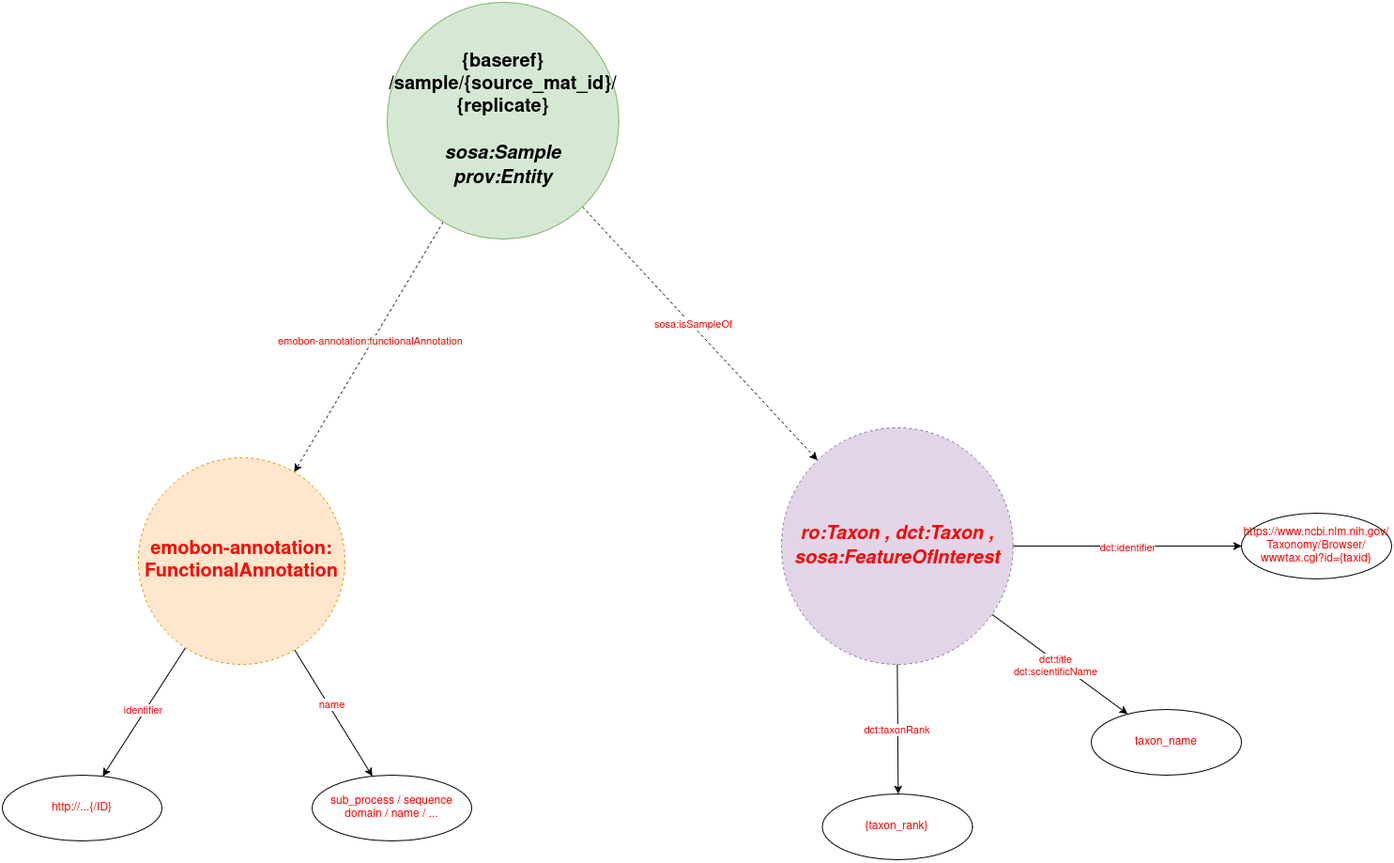
emo-bon/analysis-results-profile keeps this draw.io diagram as templates/docs/emobon_datamodel-analysis-results-model-working-draft.drawio.png. Above is the earlier version. Source tidied: cells renumbered, new cells last; positions are measured from the earlier drawing's top-left corner, leaving out a move shared by most shapes.
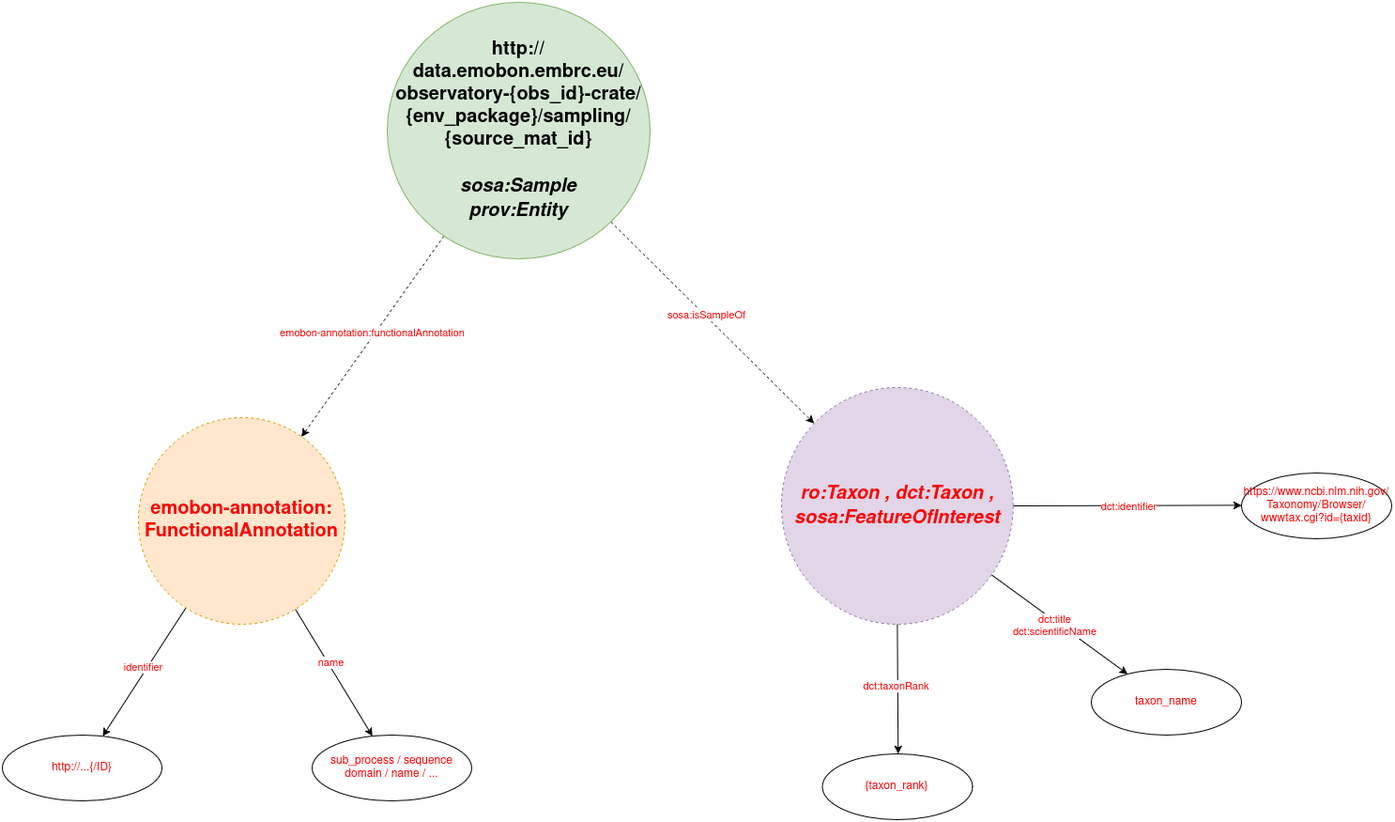
After the commit.

Commit message:
Update URIs to follow those in observatory-profile

Change to the diagram source:
```diff
@@ -54,8 +54,8 @@
     <mxCell id="17" value="&lt;span style=&quot;color: rgb(255, 0, 0);&quot;&gt;emobon-annotation:&lt;br&gt;FunctionalAnnotation&lt;/span&gt;" style="ellipse;whiteSpace=wrap;html=1;fontStyle=1;fontSize=20;dashed=1;fillColor=#ffe6cc;strokeColor=#d79b00;" parent="1" vertex="1">
       <mxGeometry x="145" y="485" width="220" height="220" as="geometry" />
     </mxCell>
-    <mxCell id="18" value="{baseref}&lt;br&gt;/sample/{source_mat_id}/{replicate}&lt;br style=&quot;font-size: 20px;&quot;&gt; &lt;br style=&quot;font-size: 20px;&quot;&gt;&lt;i&gt;sosa:Sample &lt;br style=&quot;font-size: 20px;&quot;&gt;prov:Entity&lt;/i&gt;" style="ellipse;whiteSpace=wrap;html=1;fontStyle=1;fontSize=20;fillColor=#d5e8d4;strokeColor=#82b366;" parent="1" vertex="1">
-      <mxGeometry x="410" width="246.8" height="252" as="geometry" />
+    <mxCell id="18" value="http://data.emobon.embrc.eu/observatory-{obs_id}-crate/{env_package}/sampling/{source_mat_id}&lt;br style=&quot;font-size: 20px;&quot;&gt; &lt;br style=&quot;font-size: 20px;&quot;&gt;&lt;i&gt;sosa:Sample &lt;br style=&quot;font-size: 20px;&quot;&gt;prov:Entity&lt;/i&gt;" style="ellipse;whiteSpace=wrap;html=1;fontStyle=1;fontSize=20;fillColor=#d5e8d4;strokeColor=#82b366;" parent="1" vertex="1">
+      <mxGeometry x="410" y="43" width="280" height="273" as="geometry" />
     </mxCell>
     <mxCell id="19" value="taxon_name" style="ellipse;whiteSpace=wrap;html=1;fontColor=#FF0000;" parent="1" vertex="1">
       <mxGeometry x="1160" y="753" width="160" height="70" as="geometry" />
```
